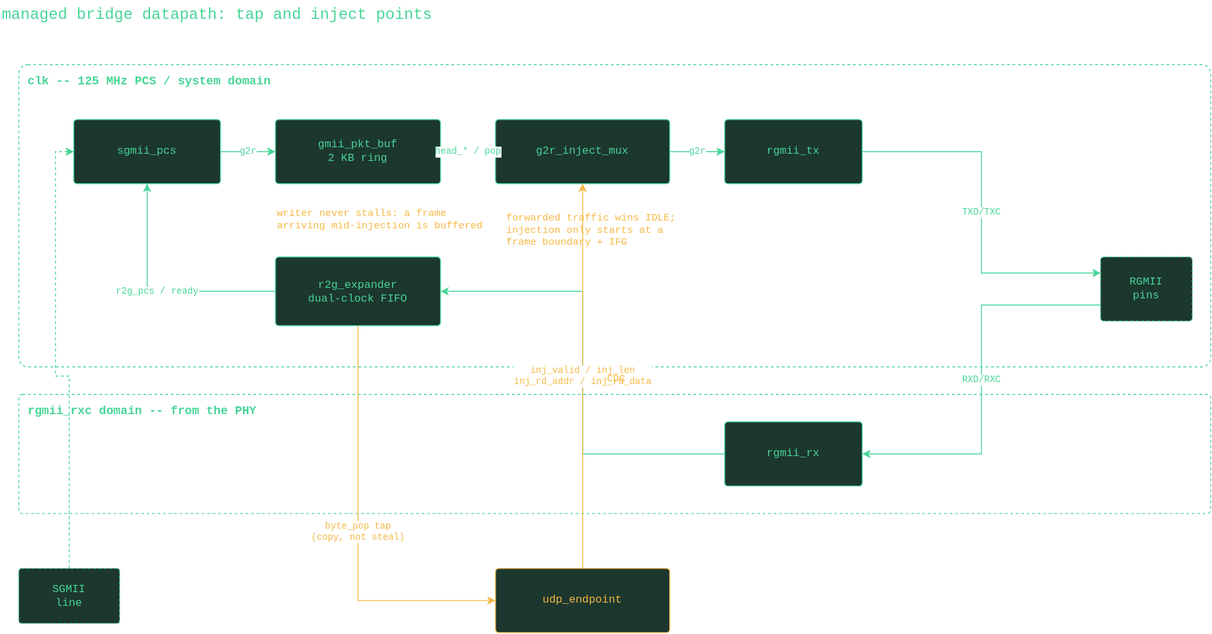
Before: hdl/ip/vhd/ethernet/diagrams/mgmt_datapath.drawio.svg, a diagram exported from draw.io (oxidecomputer/quartz). Source tidied: cells renumbered, new cells last; positions are measured from the earlier drawing's top-left corner, leaving out a move shared by most shapes.
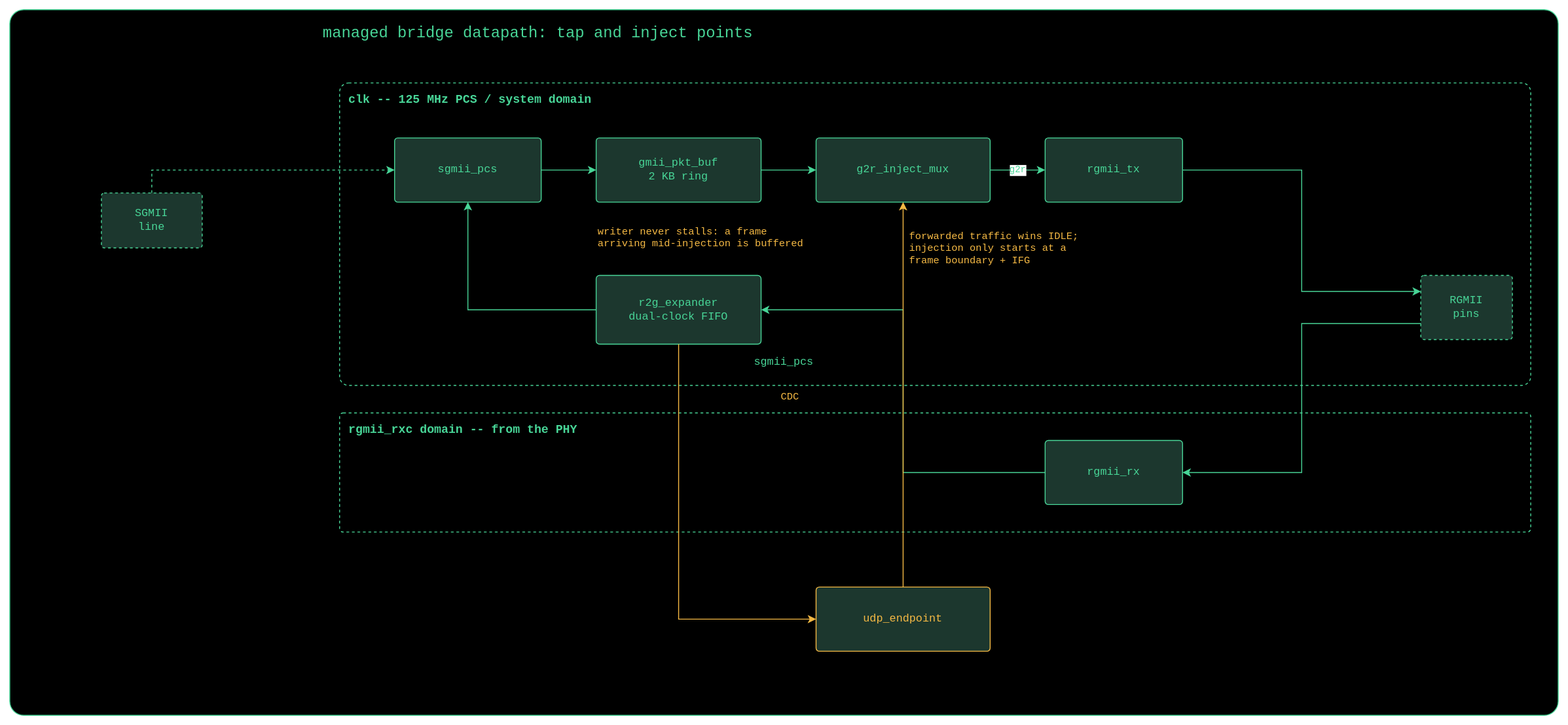
After the commit.

What changed in the source:
```diff
@@ -2,6 +2,9 @@
   <root>
     <mxCell id="0" />
     <mxCell id="1" parent="0" />
+    <mxCell id="27" value="sgmii_pcs" style="rounded=1;whiteSpace=wrap;html=1;fontFamily=Courier New;verticalAlign=middle;spacing=-3;strokeWidth=1;fillColor=#000000;fontColor=#48D597;strokeColor=#48D597;arcSize=2;fontSize=12;" parent="1" vertex="1">
+      <mxGeometry x="-340" y="-10" width="1690" height="770" as="geometry" />
+    </mxCell>
     <mxCell id="2" value="managed bridge datapath: tap and inject points" style="text;html=1;align=left;verticalAlign=top;whiteSpace=wrap;rounded=0;fontFamily=Courier New;fontColor=#48D597;fontSize=17;" parent="1" vertex="1">
       <mxGeometry width="800" height="30" as="geometry" />
     </mxCell>
@@ -30,7 +33,7 @@
       <mxGeometry x="790" y="460" width="150" height="70" as="geometry" />
     </mxCell>
     <mxCell id="11" value="SGMII&lt;br&gt;line" style="rounded=1;whiteSpace=wrap;html=1;fontFamily=Courier New;verticalAlign=middle;spacing=-3;strokeWidth=1;fillColor=#1C372E;fontColor=#48D597;strokeColor=#48D597;arcSize=5;fontSize=12;dashed=1;" parent="1" vertex="1">
-      <mxGeometry x="20" y="620" width="110" height="60" as="geometry" />
+      <mxGeometry x="-240" y="190" width="110" height="60" as="geometry" />
     </mxCell>
     <mxCell id="12" value="RGMII&lt;br&gt;pins" style="rounded=1;whiteSpace=wrap;html=1;fontFamily=Courier New;verticalAlign=middle;spacing=-3;strokeWidth=1;fillColor=#1C372E;fontColor=#48D597;strokeColor=#48D597;arcSize=5;fontSize=12;dashed=1;" parent="1" vertex="1">
       <mxGeometry x="1200" y="280" width="100" height="70" as="geometry" />
@@ -38,44 +41,44 @@
     <mxCell id="13" value="udp_endpoint" style="rounded=1;whiteSpace=wrap;html=1;fontFamily=Courier New;verticalAlign=middle;spacing=-3;strokeWidth=1;fillColor=#1C372E;fontColor=#F5B944;strokeColor=#F5B944;arcSize=5;fontSize=12;" parent="1" vertex="1">
       <mxGeometry x="540" y="620" width="190" height="70" as="geometry" />
     </mxCell>
-    <mxCell id="14" value="g2r" style="edgeStyle=orthogonalEdgeStyle;rounded=0;html=1;jettySize=auto;fontFamily=Courier New;fontColor=#48D597;strokeColor=#48D597;endArrow=classic;strokeWidth=1;fontSize=10;" parent="1" edge="1" source="5" target="6">
-      <mxGeometry relative="1" as="geometry" />
+    <mxCell id="14" style="edgeStyle=orthogonalEdgeStyle;rounded=0;html=1;jettySize=auto;fontFamily=Courier New;fontColor=#48D597;strokeColor=#48D597;endArrow=classic;strokeWidth=1;fontSize=10;" parent="1" edge="1" source="5" target="6">
+      <mxGeometry x="0.01" relative="1" as="geometry" />
     </mxCell>
-    <mxCell id="15" value="head_* / pop" style="edgeStyle=orthogonalEdgeStyle;rounded=0;html=1;jettySize=auto;fontFamily=Courier New;fontColor=#48D597;strokeColor=#48D597;endArrow=classic;strokeWidth=1;fontSize=10;" parent="1" edge="1" source="6" target="7">
-      <mxGeometry relative="1" as="geometry" />
+    <mxCell id="15" style="edgeStyle=orthogonalEdgeStyle;rounded=0;html=1;jettySize=auto;fontFamily=Courier New;fontColor=#48D597;strokeColor=#48D597;endArrow=classic;strokeWidth=1;fontSize=10;" parent="1" edge="1" source="6" target="7">
+      <mxGeometry x="0.01" relative="1" as="geometry" />
     </mxCell>
     <mxCell id="16" value="g2r" style="edgeStyle=orthogonalEdgeStyle;rounded=0;html=1;jettySize=auto;fontFamily=Courier New;fontColor=#48D597;strokeColor=#48D597;endArrow=classic;strokeWidth=1;fontSize=10;" parent="1" edge="1" source="7" target="8">
       <mxGeometry relative="1" as="geometry" />
     </mxCell>
-    <mxCell id="17" value="TXD/TXC" style="edgeStyle=orthogonalEdgeStyle;rounded=0;html=1;jettySize=auto;fontFamily=Courier New;fontColor=#48D597;strokeColor=#48D597;endArrow=classic;strokeWidth=1;fontSize=10;exitX=1;exitY=0.5;exitDx=0;exitDy=0;entryX=0;entryY=0.25;entryDx=0;entryDy=0;" parent="1" edge="1" source="8" target="12">
+    <mxCell id="17" style="edgeStyle=orthogonalEdgeStyle;rounded=0;html=1;jettySize=auto;fontFamily=Courier New;fontColor=#48D597;strokeColor=#48D597;endArrow=classic;strokeWidth=1;fontSize=10;exitX=1;exitY=0.5;exitDx=0;exitDy=0;entryX=0;entryY=0.25;entryDx=0;entryDy=0;" parent="1" edge="1" source="8" target="12">
       <mxGeometry relative="1" as="geometry" />
     </mxCell>
-    <mxCell id="18" value="RXD/RXC" style="edgeStyle=orthogonalEdgeStyle;rounded=0;html=1;jettySize=auto;fontFamily=Courier New;fontColor=#48D597;strokeColor=#48D597;endArrow=classic;strokeWidth=1;fontSize=10;exitX=0;exitY=0.75;exitDx=0;exitDy=0;entryX=1;entryY=0.5;entryDx=0;entryDy=0;" parent="1" edge="1" source="12" target="10">
+    <mxCell id="18" style="edgeStyle=orthogonalEdgeStyle;rounded=0;html=1;jettySize=auto;fontFamily=Courier New;fontColor=#48D597;strokeColor=#48D597;endArrow=classic;strokeWidth=1;fontSize=10;exitX=0;exitY=0.75;exitDx=0;exitDy=0;entryX=1;entryY=0.5;entryDx=0;entryDy=0;" parent="1" edge="1" source="12" target="10">
       <mxGeometry relative="1" as="geometry" />
     </mxCell>
-    <mxCell id="19" value="r2g  (rxc)" style="edgeStyle=orthogonalEdgeStyle;rounded=0;html=1;jettySize=auto;fontFamily=Courier New;fontColor=#48D597;strokeColor=#48D597;endArrow=classic;strokeWidth=1;fontSize=10;entryX=1;entryY=0.5;entryDx=0;entryDy=0;" parent="1" edge="1" source="10" target="9">
+    <mxCell id="19" style="edgeStyle=orthogonalEdgeStyle;rounded=0;html=1;jettySize=auto;fontFamily=Courier New;fontColor=#48D597;strokeColor=#48D597;endArrow=classic;strokeWidth=1;fontSize=10;entryX=1;entryY=0.5;entryDx=0;entryDy=0;" parent="1" edge="1" source="10" target="9">
       <mxGeometry relative="1" as="geometry" />
     </mxCell>
-    <mxCell id="20" value="r2g_pcs / ready" style="edgeStyle=orthogonalEdgeStyle;rounded=0;html=1;jettySize=auto;fontFamily=Courier New;fontColor=#48D597;strokeColor=#48D597;endArrow=classic;strokeWidth=1;fontSize=10;exitX=0;exitY=0.5;exitDx=0;exitDy=0;entryX=0.5;entryY=1;entryDx=0;entryDy=0;" parent="1" edge="1" source="9" target="5">
+    <mxCell id="20" style="edgeStyle=orthogonalEdgeStyle;rounded=0;html=1;jettySize=auto;fontFamily=Courier New;fontColor=#48D597;strokeColor=#48D597;endArrow=classic;strokeWidth=1;fontSize=10;exitX=0;exitY=0.5;exitDx=0;exitDy=0;entryX=0.5;entryY=1;entryDx=0;entryDy=0;" parent="1" edge="1" source="9" target="5">
       <mxGeometry relative="1" as="geometry" />
     </mxCell>
-    <mxCell id="21" value="byte_pop tap&lt;br&gt;(copy, not steal)" style="edgeStyle=orthogonalEdgeStyle;rounded=0;html=1;jettySize=auto;fontFamily=Courier New;fontColor=#F5B944;strokeColor=#F5B944;endArrow=classic;strokeWidth=1;fontSize=10;exitX=0.5;exitY=1;exitDx=0;exitDy=0;entryX=0;entryY=0.5;entryDx=0;entryDy=0;" parent="1" edge="1" source="9" target="13">
+    <mxCell id="21" style="edgeStyle=orthogonalEdgeStyle;rounded=0;html=1;jettySize=auto;fontFamily=Courier New;fontColor=#F5B944;strokeColor=#F5B944;endArrow=classic;strokeWidth=1;fontSize=10;exitX=0.5;exitY=1;exitDx=0;exitDy=0;entryX=0;entryY=0.5;entryDx=0;entryDy=0;" parent="1" edge="1" source="9" target="13">
       <mxGeometry relative="1" as="geometry" />
     </mxCell>
-    <mxCell id="22" value="inj_valid / inj_len&lt;br&gt;inj_rd_addr / inj_rd_data" style="edgeStyle=orthogonalEdgeStyle;rounded=0;html=1;jettySize=auto;fontFamily=Courier New;fontColor=#F5B944;strokeColor=#F5B944;endArrow=classic;strokeWidth=1;fontSize=10;exitX=0.5;exitY=0;exitDx=0;exitDy=0;entryX=0.5;entryY=1;entryDx=0;entryDy=0;" parent="1" edge="1" source="13" target="7">
-      <mxGeometry relative="1" as="geometry" />
+    <mxCell id="22" style="edgeStyle=orthogonalEdgeStyle;rounded=0;html=1;jettySize=auto;fontFamily=Courier New;fontColor=#F5B944;strokeColor=#F5B944;endArrow=classic;strokeWidth=1;fontSize=10;exitX=0.5;exitY=0;exitDx=0;exitDy=0;entryX=0.5;entryY=1;entryDx=0;entryDy=0;" parent="1" edge="1" source="13" target="7">
+      <mxGeometry y="35" relative="1" as="geometry" />
     </mxCell>
     <mxCell id="23" style="edgeStyle=orthogonalEdgeStyle;rounded=0;html=1;jettySize=auto;fontFamily=Courier New;fontColor=#48D597;strokeColor=#48D597;endArrow=classic;strokeWidth=1;fontSize=10;dashed=1;exitX=0.5;exitY=0;exitDx=0;exitDy=0;entryX=0;entryY=0.5;entryDx=0;entryDy=0;" parent="1" edge="1" source="11" target="5">
       <mxGeometry relative="1" as="geometry" />
     </mxCell>
     <mxCell id="24" value="forwarded traffic wins IDLE;&lt;br&gt;injection only starts at a&lt;br&gt;frame boundary + IFG" style="text;html=1;align=left;verticalAlign=top;whiteSpace=wrap;rounded=0;fontFamily=Courier New;fontColor=#F5B944;fontSize=11;" parent="1" vertex="1">
-      <mxGeometry x="550" y="225" width="260" height="55" as="geometry" />
+      <mxGeometry x="640" y="225" width="260" height="55" as="geometry" />
     </mxCell>
     <mxCell id="25" value="writer never stalls: a frame&lt;br&gt;arriving mid-injection is buffered" style="text;html=1;align=left;verticalAlign=top;whiteSpace=wrap;rounded=0;fontFamily=Courier New;fontColor=#F5B944;fontSize=11;" parent="1" vertex="1">
       <mxGeometry x="300" y="220" width="250" height="45" as="geometry" />
     </mxCell>
     <mxCell id="26" value="CDC" style="text;html=1;align=left;verticalAlign=top;whiteSpace=wrap;rounded=0;fontFamily=Courier New;fontColor=#F5B944;fontSize=11;" parent="1" vertex="1">
-      <mxGeometry x="660" y="400" width="60" height="22" as="geometry" />
+      <mxGeometry x="500" y="400" width="60" height="22" as="geometry" />
     </mxCell>
   </root>
 </mxGraphModel>
```
